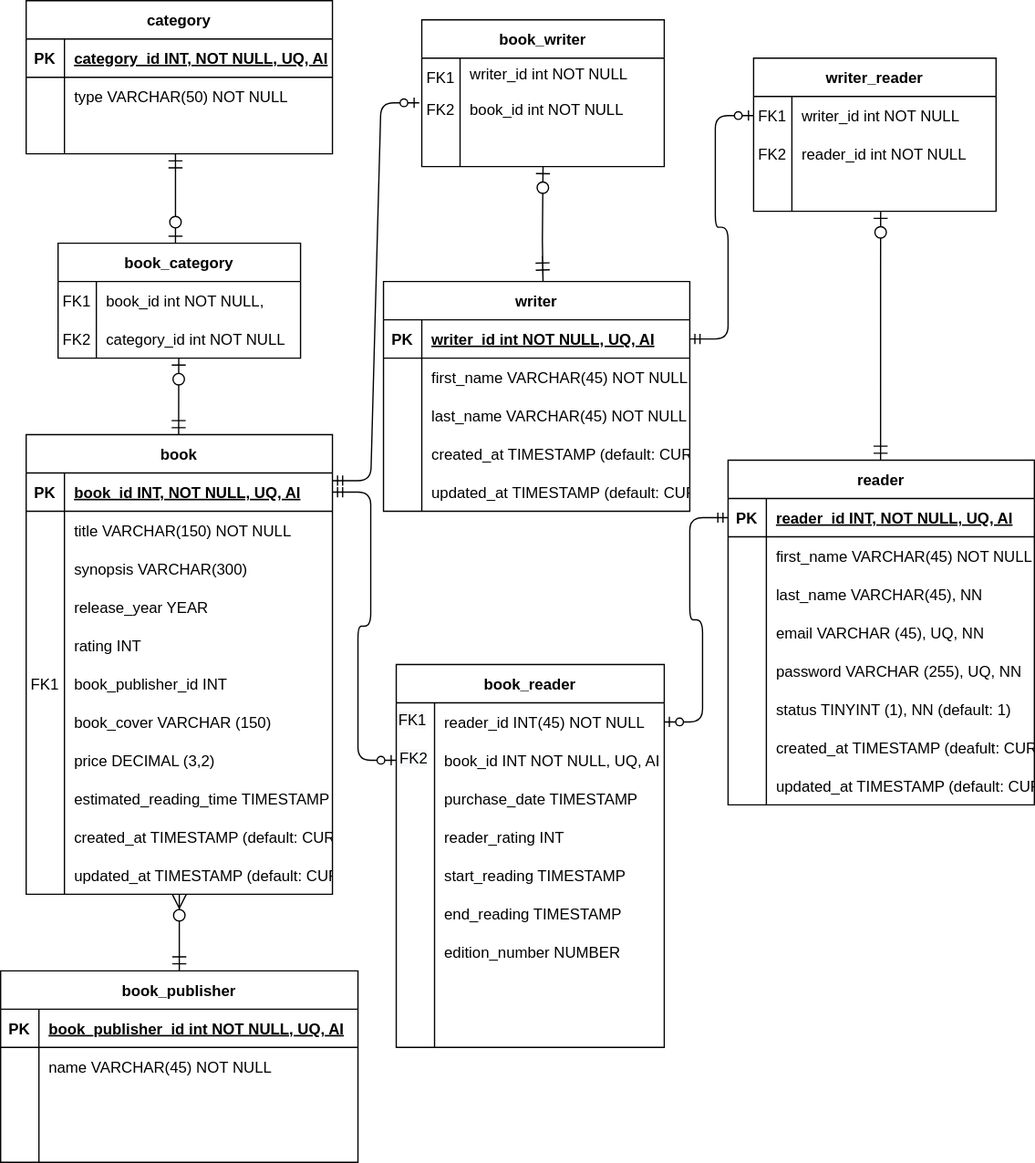
Above: Data_Base_Diagram.svg in CristianaCostaPereira/BooketList (draw.io), before the change. Source tidied: cells renumbered, new cells last; positions are measured from the earlier drawing's top-left corner, leaving out a move shared by most shapes.
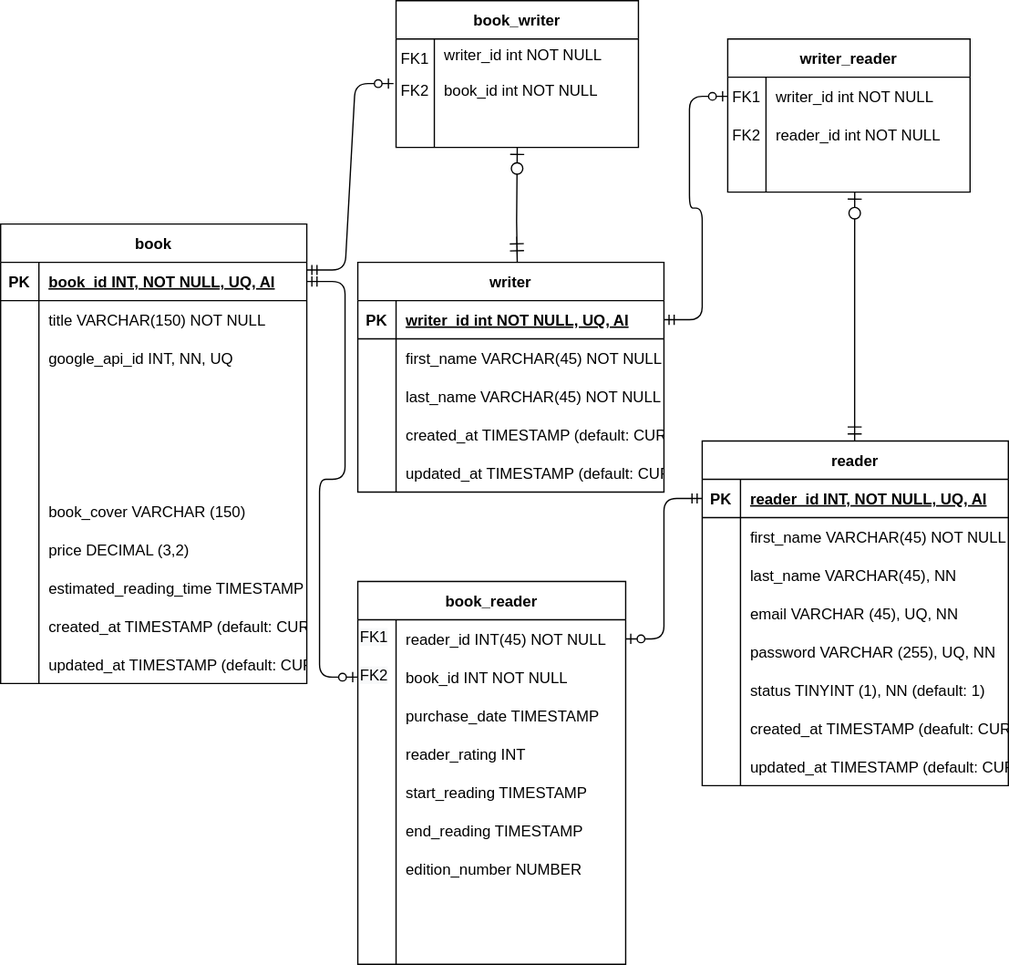
Later version of the same file.

What changed in the source:
```diff
@@ -41,81 +41,8 @@
     <mxCell id="14" value="created_at TIMESTAMP (default: CURRENT_TIMESTAMP)" style="shape=partialRectangle;overflow=hidden;fillColor=none;top=0;left=0;bottom=0;right=0;align=left;spacingLeft=6;" parent="12" vertex="1">
       <mxGeometry x="30" width="210" height="30" as="geometry" />
     </mxCell>
-    <mxCell id="15" value="category" style="shape=table;startSize=30;rowLines=0;fontStyle=1;align=center;" parent="1" vertex="1">
-      <mxGeometry x="20" width="240" height="120" as="geometry" />
-    </mxCell>
-    <mxCell id="16" style="shape=partialRectangle;fillColor=none;top=0;left=0;right=0;bottom=1;" parent="15" vertex="1">
-      <mxGeometry y="30" width="240" height="30" as="geometry" />
-    </mxCell>
-    <mxCell id="17" value="PK" style="shape=partialRectangle;overflow=hidden;fillColor=none;top=0;left=0;bottom=0;right=0;fontStyle=1;" parent="16" vertex="1">
-      <mxGeometry width="30" height="30" as="geometry" />
-    </mxCell>
-    <mxCell id="18" value="category_id INT, NOT NULL, UQ, AI" style="shape=partialRectangle;overflow=hidden;fillColor=none;top=0;left=0;bottom=0;right=0;align=left;spacingLeft=6;fontStyle=5;" parent="16" vertex="1">
-      <mxGeometry x="30" width="210" height="30" as="geometry" />
-    </mxCell>
-    <mxCell id="19" style="shape=partialRectangle;fillColor=none;top=0;left=0;right=0;bottom=0;" parent="15" vertex="1">
-      <mxGeometry y="60" width="240" height="30" as="geometry" />
-    </mxCell>
-    <mxCell id="20" style="shape=partialRectangle;overflow=hidden;fillColor=none;top=0;left=0;bottom=0;right=0;" parent="19" vertex="1">
-      <mxGeometry width="30" height="30" as="geometry" />
-    </mxCell>
-    <mxCell id="21" value="type VARCHAR(50) NOT NULL" style="shape=partialRectangle;overflow=hidden;fillColor=none;top=0;left=0;bottom=0;right=0;align=left;spacingLeft=6;" parent="19" vertex="1">
-      <mxGeometry x="30" width="210" height="30" as="geometry" />
-    </mxCell>
-    <mxCell id="22" style="shape=partialRectangle;fillColor=none;top=0;left=0;right=0;bottom=0;" parent="15" vertex="1">
-      <mxGeometry y="90" width="240" height="30" as="geometry" />
-    </mxCell>
-    <mxCell id="23" style="shape=partialRectangle;overflow=hidden;fillColor=none;top=0;left=0;bottom=0;right=0;" parent="22" vertex="1">
-      <mxGeometry width="30" height="30" as="geometry" />
-    </mxCell>
-    <mxCell id="24" style="shape=partialRectangle;overflow=hidden;fillColor=none;top=0;left=0;bottom=0;right=0;align=left;spacingLeft=6;" parent="22" vertex="1">
-      <mxGeometry x="30" width="210" height="30" as="geometry" />
-    </mxCell>
-    <mxCell id="25" style="endArrow=ERzeroToOne;startArrow=ERmandOne;endFill=1;startFill=0;endSize=9;startSize=9;strokeWidth=1;rounded=0;jumpStyle=none;jumpSize=6;targetPerimeterSpacing=1;" parent="1" edge="1">
-      <mxGeometry relative="1" as="geometry">
-        <mxPoint x="137" y="120" as="sourcePoint" />
-        <mxPoint x="137" y="190" as="targetPoint" />
-        <Array as="points">
-          <mxPoint x="137" y="150" />
-          <mxPoint x="137" y="180" />
-        </Array>
-      </mxGeometry>
-    </mxCell>
-    <mxCell id="26" value="book_category" style="shape=table;startSize=30;rowLines=0;fontStyle=1;align=center;" parent="1" vertex="1">
-      <mxGeometry x="45" y="190" width="190" height="90" as="geometry" />
-    </mxCell>
-    <mxCell id="27" style="shape=partialRectangle;fillColor=none;top=0;left=0;right=0;bottom=0;" parent="26" vertex="1">
-      <mxGeometry y="30" width="190" height="30" as="geometry" />
-    </mxCell>
-    <mxCell id="28" value="FK1" style="shape=partialRectangle;overflow=hidden;fillColor=none;top=0;left=0;bottom=0;right=0;" parent="27" vertex="1">
-      <mxGeometry width="30" height="30" as="geometry" />
-    </mxCell>
-    <mxCell id="29" value="book_id int NOT NULL," style="shape=partialRectangle;overflow=hidden;fillColor=none;top=0;left=0;bottom=0;right=0;align=left;spacingLeft=6;" parent="27" vertex="1">
-      <mxGeometry x="30" width="160" height="30" as="geometry" />
-    </mxCell>
-    <mxCell id="30" style="shape=partialRectangle;fillColor=none;top=0;left=0;right=0;bottom=0;" parent="26" vertex="1">
-      <mxGeometry y="60" width="190" height="30" as="geometry" />
-    </mxCell>
-    <mxCell id="31" value="&#10;&#10;&lt;span style=&quot;color: rgb(0, 0, 0); font-family: helvetica; font-size: 12px; font-style: normal; font-weight: 400; letter-spacing: normal; text-align: left; text-indent: 0px; text-transform: none; word-spacing: 0px; background-color: rgb(248, 249, 250); display: inline; float: none;&quot;&gt;category_id int NOT NULL&lt;/span&gt;&#10;&#10;" style="shape=partialRectangle;overflow=hidden;fillColor=none;top=0;left=0;bottom=0;right=0;" parent="30" vertex="1">
-      <mxGeometry width="30" height="30" as="geometry" />
-    </mxCell>
-    <mxCell id="32" value="category_id int NOT NULL" style="shape=partialRectangle;overflow=hidden;fillColor=none;top=0;left=0;bottom=0;right=0;align=left;spacingLeft=6;" parent="30" vertex="1">
-      <mxGeometry x="30" width="160" height="30" as="geometry" />
-    </mxCell>
-    <mxCell id="33" value="FK2" style="shape=partialRectangle;overflow=hidden;fillColor=none;top=0;left=0;bottom=0;right=0;" parent="1" vertex="1">
-      <mxGeometry x="45" y="250" width="30" height="30" as="geometry" />
-    </mxCell>
-    <mxCell id="34" style="endArrow=ERzeroToOne;startArrow=ERmandOne;endFill=1;startFill=0;endSize=9;startSize=9;strokeWidth=1;rounded=0;jumpStyle=none;jumpSize=6;targetPerimeterSpacing=1;entryX=0.474;entryY=1.067;entryDx=0;entryDy=0;entryPerimeter=0;" parent="1" edge="1">
-      <mxGeometry relative="1" as="geometry">
-        <mxPoint x="139.5" y="340" as="sourcePoint" />
-        <mxPoint x="139.6" y="280" as="targetPoint" />
-        <Array as="points">
-          <mxPoint x="139.5" y="328" />
-        </Array>
-      </mxGeometry>
-    </mxCell>
     <mxCell id="35" value="book" style="shape=table;startSize=30;rowLines=0;fontStyle=1;align=center;" parent="1" vertex="1">
-      <mxGeometry x="20" y="340" width="240" height="360" as="geometry" />
+      <mxGeometry x="20" y="190" width="240" height="360" as="geometry" />
     </mxCell>
     <mxCell id="36" style="shape=partialRectangle;fillColor=none;points=[[0,0.5],[1,0.5]];portConstraint=eastwest;top=0;left=0;right=0;bottom=1;" parent="35" vertex="1">
       <mxGeometry y="30" width="240" height="30" as="geometry" />
@@ -141,7 +68,7 @@
     <mxCell id="43" style="shape=partialRectangle;overflow=hidden;fillColor=none;top=0;left=0;bottom=0;right=0;" parent="42" vertex="1">
       <mxGeometry width="30" height="30" as="geometry" />
     </mxCell>
-    <mxCell id="44" value="synopsis VARCHAR(300)" style="shape=partialRectangle;overflow=hidden;fillColor=none;top=0;left=0;bottom=0;right=0;align=left;spacingLeft=6;" parent="42" vertex="1">
+    <mxCell id="44" value="google_api_id INT, NN, UQ" style="shape=partialRectangle;overflow=hidden;fillColor=none;top=0;left=0;bottom=0;right=0;align=left;spacingLeft=6;" parent="42" vertex="1">
       <mxGeometry x="30" width="210" height="30" as="geometry" />
     </mxCell>
     <mxCell id="45" style="shape=partialRectangle;fillColor=none;top=0;left=0;right=0;bottom=0;" parent="35" vertex="1">
@@ -150,7 +77,7 @@
     <mxCell id="46" style="shape=partialRectangle;overflow=hidden;fillColor=none;top=0;left=0;bottom=0;right=0;" parent="45" vertex="1">
       <mxGeometry width="30" height="30" as="geometry" />
     </mxCell>
-    <mxCell id="47" value="release_year YEAR" style="shape=partialRectangle;overflow=hidden;fillColor=none;top=0;left=0;bottom=0;right=0;align=left;spacingLeft=6;" parent="45" vertex="1">
+    <mxCell id="47" style="shape=partialRectangle;overflow=hidden;fillColor=none;top=0;left=0;bottom=0;right=0;align=left;spacingLeft=6;" parent="45" vertex="1">
       <mxGeometry x="30" width="210" height="30" as="geometry" />
     </mxCell>
     <mxCell id="48" style="shape=partialRectangle;fillColor=none;top=0;left=0;right=0;bottom=0;" parent="35" vertex="1">
@@ -159,7 +86,7 @@
     <mxCell id="49" style="shape=partialRectangle;overflow=hidden;fillColor=none;top=0;left=0;bottom=0;right=0;" parent="48" vertex="1">
       <mxGeometry width="30" height="30" as="geometry" />
     </mxCell>
-    <mxCell id="50" value="rating INT" style="shape=partialRectangle;overflow=hidden;fillColor=none;top=0;left=0;bottom=0;right=0;align=left;spacingLeft=6;" parent="48" vertex="1">
+    <mxCell id="50" style="shape=partialRectangle;overflow=hidden;fillColor=none;top=0;left=0;bottom=0;right=0;align=left;spacingLeft=6;" parent="48" vertex="1">
       <mxGeometry x="30" width="210" height="30" as="geometry" />
     </mxCell>
     <mxCell id="51" style="shape=partialRectangle;fillColor=none;top=0;left=0;right=0;bottom=0;" parent="35" vertex="1">
@@ -168,7 +95,7 @@
     <mxCell id="52" style="shape=partialRectangle;overflow=hidden;fillColor=none;top=0;left=0;bottom=0;right=0;" parent="51" vertex="1">
       <mxGeometry width="30" height="30" as="geometry" />
     </mxCell>
-    <mxCell id="53" value="book_publisher_id INT" style="shape=partialRectangle;overflow=hidden;fillColor=none;top=0;left=0;bottom=0;right=0;align=left;spacingLeft=6;" parent="51" vertex="1">
+    <mxCell id="53" style="shape=partialRectangle;overflow=hidden;fillColor=none;top=0;left=0;bottom=0;right=0;align=left;spacingLeft=6;" parent="51" vertex="1">
       <mxGeometry x="30" width="210" height="30" as="geometry" />
     </mxCell>
     <mxCell id="54" style="shape=partialRectangle;fillColor=none;top=0;left=0;right=0;bottom=0;" parent="35" vertex="1">
@@ -216,19 +143,16 @@
     <mxCell id="68" value="updated_at TIMESTAMP (default: CURRENT_TIMESTAMP ON UPDATE CURRENT_TIMESTAMP)" style="shape=partialRectangle;overflow=hidden;fillColor=none;top=0;left=0;bottom=0;right=0;align=left;spacingLeft=6;" parent="66" vertex="1">
       <mxGeometry x="30" width="210" height="30" as="geometry" />
     </mxCell>
-    <mxCell id="69" value="FK1" style="shape=partialRectangle;overflow=hidden;fillColor=none;top=0;left=0;bottom=0;right=0;" parent="1" vertex="1">
-      <mxGeometry x="20" y="520" width="30" height="30" as="geometry" />
-    </mxCell>
     <mxCell id="70" style="edgeStyle=entityRelationEdgeStyle;endArrow=ERzeroToOne;startArrow=ERmandOne;endFill=1;startFill=0;exitX=1;exitY=0.2;exitDx=0;exitDy=0;exitPerimeter=0;" parent="1" edge="1" source="36">
       <mxGeometry relative="1" as="geometry">
         <mxPoint x="328" y="80" as="targetPoint" />
       </mxGeometry>
     </mxCell>
     <mxCell id="71" value="&lt;span style=&quot;color: rgb(0 , 0 , 0) ; font-family: &amp;#34;helvetica&amp;#34; ; font-size: 12px ; font-style: normal ; font-weight: 400 ; letter-spacing: normal ; text-align: center ; text-indent: 0px ; text-transform: none ; word-spacing: 0px ; background-color: rgb(248 , 249 , 250) ; display: inline ; float: none&quot;&gt;FK2&lt;/span&gt;" style="text;whiteSpace=wrap;html=1;" parent="1" vertex="1">
-      <mxGeometry x="311" y="580" width="30" height="30" as="geometry" />
+      <mxGeometry x="300" y="530" width="30" height="30" as="geometry" />
     </mxCell>
     <mxCell id="72" value="&lt;span style=&quot;color: rgb(0 , 0 , 0) ; font-family: &amp;#34;helvetica&amp;#34; ; font-size: 12px ; font-style: normal ; font-weight: 400 ; letter-spacing: normal ; text-align: center ; text-indent: 0px ; text-transform: none ; word-spacing: 0px ; background-color: rgb(248 , 249 , 250) ; display: inline ; float: none&quot;&gt;FK1&lt;/span&gt;" style="text;whiteSpace=wrap;html=1;" parent="1" vertex="1">
-      <mxGeometry x="310" y="550" width="30" height="30" as="geometry" />
+      <mxGeometry x="300" y="500" width="30" height="30" as="geometry" />
     </mxCell>
     <mxCell id="73" value="book_writer" style="shape=table;startSize=30;rowLines=0;fontStyle=1;align=center;" parent="1" vertex="1">
       <mxGeometry x="330" y="15" width="190" height="115" as="geometry" />
@@ -274,7 +198,7 @@
       <mxGeometry relative="1" as="geometry" />
     </mxCell>
     <mxCell id="85" value="book_reader" style="shape=table;startSize=30;rowLines=0;fontStyle=1;align=center;" parent="1" vertex="1">
-      <mxGeometry x="310" y="520" width="210" height="300" as="geometry" />
+      <mxGeometry x="300" y="470" width="210" height="300" as="geometry" />
     </mxCell>
     <mxCell id="86" style="shape=partialRectangle;fillColor=none;points=[[0,0.5],[1,0.5]];portConstraint=eastwest;top=0;left=0;right=0;bottom=0;" parent="85" vertex="1">
       <mxGeometry y="30" width="210" height="30" as="geometry" />
@@ -291,7 +215,7 @@
     <mxCell id="90" value="&#10;&#10;&lt;span style=&quot;color: rgb(0, 0, 0); font-family: helvetica; font-size: 12px; font-style: normal; font-weight: 400; letter-spacing: normal; text-align: left; text-indent: 0px; text-transform: none; word-spacing: 0px; background-color: rgb(248, 249, 250); display: inline; float: none;&quot;&gt;category_id int NOT NULL&lt;/span&gt;&#10;&#10;" style="shape=partialRectangle;overflow=hidden;fillColor=none;top=0;left=0;bottom=0;right=0;" parent="89" vertex="1">
       <mxGeometry width="30" height="30" as="geometry" />
     </mxCell>
-    <mxCell id="91" value="book_id INT NOT NULL, UQ, AI" style="shape=partialRectangle;overflow=hidden;fillColor=none;top=0;left=0;bottom=0;right=0;align=left;spacingLeft=6;" parent="89" vertex="1">
+    <mxCell id="91" value="book_id INT NOT NULL" style="shape=partialRectangle;overflow=hidden;fillColor=none;top=0;left=0;bottom=0;right=0;align=left;spacingLeft=6;" parent="89" vertex="1">
       <mxGeometry x="30" width="180" height="30" as="geometry" />
     </mxCell>
     <mxCell id="92" style="shape=partialRectangle;fillColor=none;top=0;left=0;right=0;bottom=0;" parent="85" vertex="1">
@@ -479,48 +403,6 @@
     <mxCell id="151" style="edgeStyle=entityRelationEdgeStyle;endArrow=ERmandOne;startArrow=ERzeroToOne;endFill=0;startFill=1;exitX=1;exitY=0.5;exitDx=0;exitDy=0;entryX=0;entryY=0.5;entryDx=0;entryDy=0;" parent="1" edge="1" source="86" target="126">
       <mxGeometry relative="1" as="geometry" />
     </mxCell>
-    <mxCell id="152" value="book_publisher" style="shape=table;startSize=30;rowLines=0;fontStyle=1;align=center;" parent="1" vertex="1">
-      <mxGeometry y="760" width="280" height="150" as="geometry" />
-    </mxCell>
-    <mxCell id="153" style="shape=partialRectangle;fillColor=none;top=0;left=0;right=0;bottom=1;" parent="152" vertex="1">
-      <mxGeometry y="30" width="280" height="30" as="geometry" />
-    </mxCell>
-    <mxCell id="154" value="PK" style="shape=partialRectangle;overflow=hidden;fillColor=none;top=0;left=0;bottom=0;right=0;fontStyle=1;" parent="153" vertex="1">
-      <mxGeometry width="30" height="30" as="geometry" />
-    </mxCell>
-    <mxCell id="155" value="book_publisher_id int NOT NULL, UQ, AI" style="shape=partialRectangle;overflow=hidden;fillColor=none;top=0;left=0;bottom=0;right=0;align=left;spacingLeft=6;fontStyle=5;" parent="153" vertex="1">
-      <mxGeometry x="30" width="250" height="30" as="geometry" />
-    </mxCell>
-    <mxCell id="156" style="shape=partialRectangle;fillColor=none;top=0;left=0;right=0;bottom=0;" parent="152" vertex="1">
-      <mxGeometry y="60" width="280" height="30" as="geometry" />
-    </mxCell>
-    <mxCell id="157" style="shape=partialRectangle;overflow=hidden;fillColor=none;top=0;left=0;bottom=0;right=0;" parent="156" vertex="1">
-      <mxGeometry width="30" height="30" as="geometry" />
-    </mxCell>
-    <mxCell id="158" value="name VARCHAR(45) NOT NULL" style="shape=partialRectangle;overflow=hidden;fillColor=none;top=0;left=0;bottom=0;right=0;align=left;spacingLeft=6;" parent="156" vertex="1">
-      <mxGeometry x="30" width="250" height="30" as="geometry" />
-    </mxCell>
-    <mxCell id="159" style="shape=partialRectangle;fillColor=none;top=0;left=0;right=0;bottom=0;" parent="152" vertex="1">
-      <mxGeometry y="90" width="280" height="30" as="geometry" />
-    </mxCell>
-    <mxCell id="160" style="shape=partialRectangle;overflow=hidden;fillColor=none;top=0;left=0;bottom=0;right=0;" parent="159" vertex="1">
-      <mxGeometry width="30" height="30" as="geometry" />
-    </mxCell>
-    <mxCell id="161" style="shape=partialRectangle;overflow=hidden;fillColor=none;top=0;left=0;bottom=0;right=0;align=left;spacingLeft=6;" parent="159" vertex="1">
-      <mxGeometry x="30" width="250" height="30" as="geometry" />
-    </mxCell>
-    <mxCell id="162" style="shape=partialRectangle;fillColor=none;top=0;left=0;right=0;bottom=0;" parent="152" vertex="1">
-      <mxGeometry y="120" width="280" height="30" as="geometry" />
-    </mxCell>
-    <mxCell id="163" style="shape=partialRectangle;overflow=hidden;fillColor=none;top=0;left=0;bottom=0;right=0;" parent="162" vertex="1">
-      <mxGeometry width="30" height="30" as="geometry" />
-    </mxCell>
-    <mxCell id="164" style="shape=partialRectangle;overflow=hidden;fillColor=none;top=0;left=0;bottom=0;right=0;align=left;spacingLeft=6;" parent="162" vertex="1">
-      <mxGeometry x="30" width="250" height="30" as="geometry" />
-    </mxCell>
-    <mxCell id="165" style="endArrow=ERmandOne;startArrow=ERzeroToMany;endFill=0;startFill=1;endSize=9;startSize=9;strokeWidth=1;rounded=0;jumpStyle=none;jumpSize=6;targetPerimeterSpacing=1;entryX=0.5;entryY=0;entryDx=0;entryDy=0;" parent="1" edge="1" source="66" target="152">
-      <mxGeometry relative="1" as="geometry" />
-    </mxCell>
     <mxCell id="166" value="&#10;&#10;&lt;span style=&quot;color: rgb(0, 0, 0); font-family: helvetica; font-size: 12px; font-style: normal; font-weight: 400; letter-spacing: normal; text-align: left; text-indent: 0px; text-transform: none; word-spacing: 0px; background-color: rgb(248, 249, 250); display: inline; float: none;&quot;&gt;category_id int NOT NULL&lt;/span&gt;&#10;&#10;" style="shape=partialRectangle;overflow=hidden;fillColor=none;top=0;left=0;bottom=0;right=0;" parent="1" vertex="1">
       <mxGeometry x="330" y="70" width="30" height="30" as="geometry" />
     </mxCell>
```
